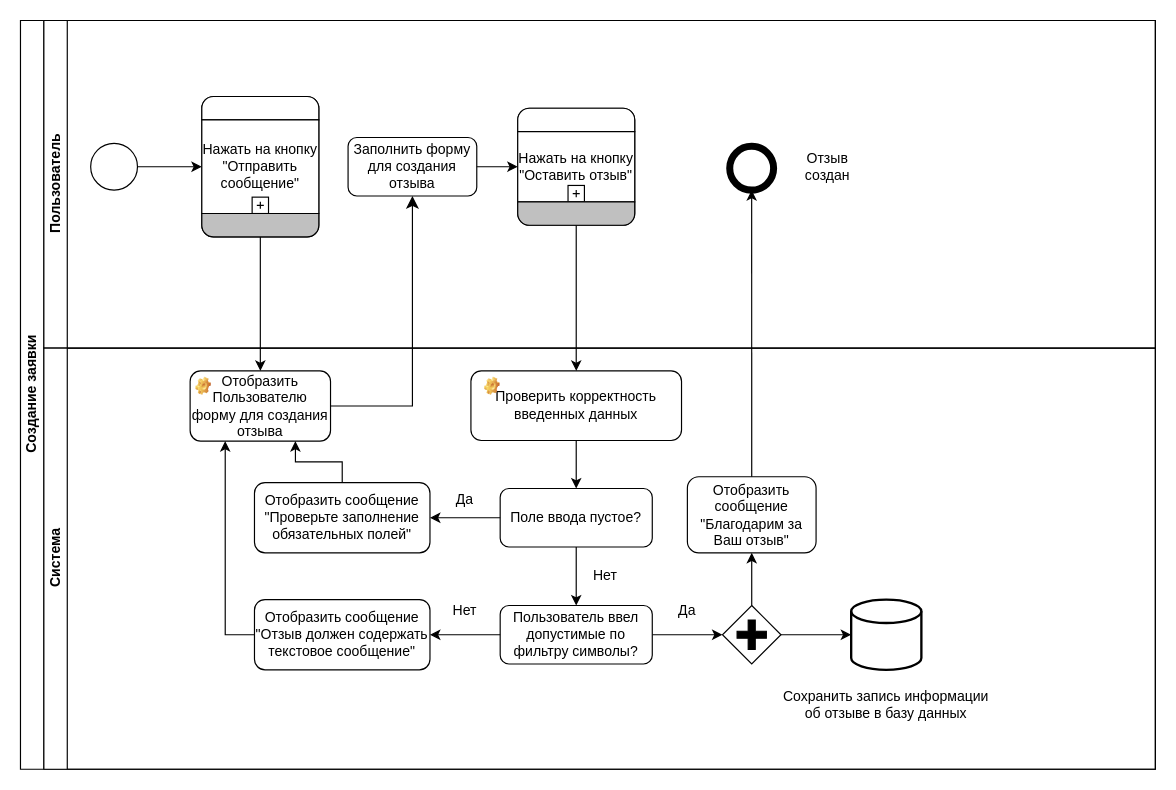
Earlier version of the draw.io diagram use case 2.drawio (pytonuserouner/UML_study). Source tidied: cells renumbered, new cells numbered last; positions are measured from the earlier drawing's top-left corner, leaving out a move shared by most shapes. Both pictures are drawn from the tidied source at 117%, with x=0, y=0 at pixel (20, 20).
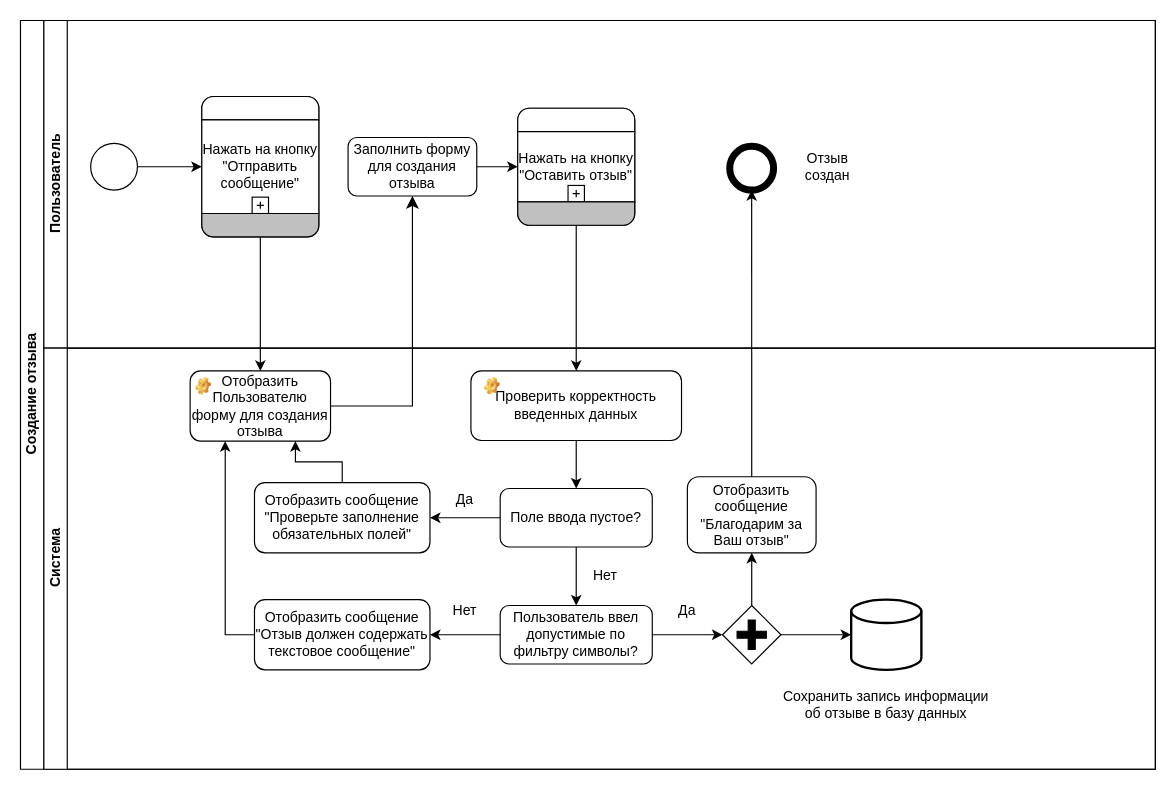
The same page after the edit.

The edit, as a diff of the source:
```diff
@@
-    <mxCell id="2" value="Создание заявки" style="swimlane;html=1;horizontal=0;startSize=20;" parent="1" vertex="1">
+    <mxCell id="2" value="Создание отзыва" style="swimlane;html=1;horizontal=0;startSize=20;" parent="1" vertex="1">
       <mxGeometry width="970" height="640" as="geometry" />
     </mxCell>
```
